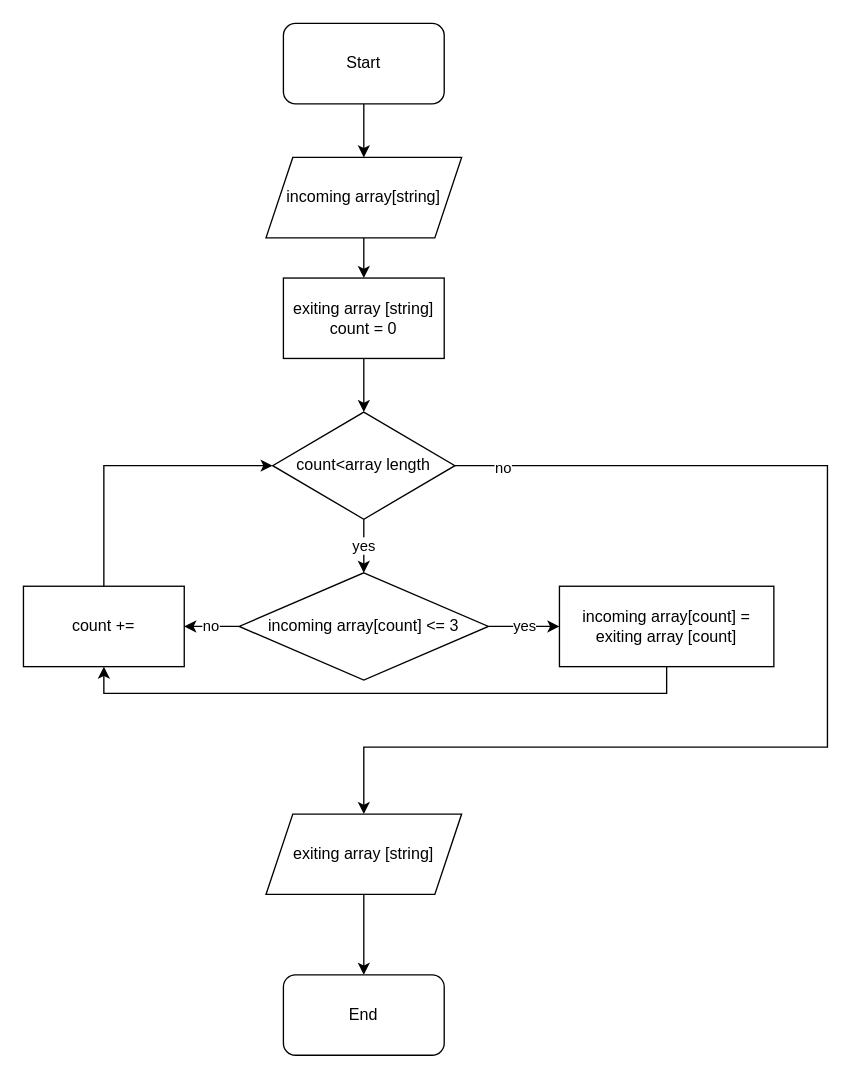
Earlier version of the draw.io diagram Task/Flowchart.drawio (bond-igor/Control-work-the-first-quarter). Source tidied: cells renumbered, new cells numbered last; positions are measured from the earlier drawing's top-left corner, leaving out a move shared by most shapes. Both pictures are drawn from the tidied source at 134%, with x=0, y=0 at pixel (23, 23).
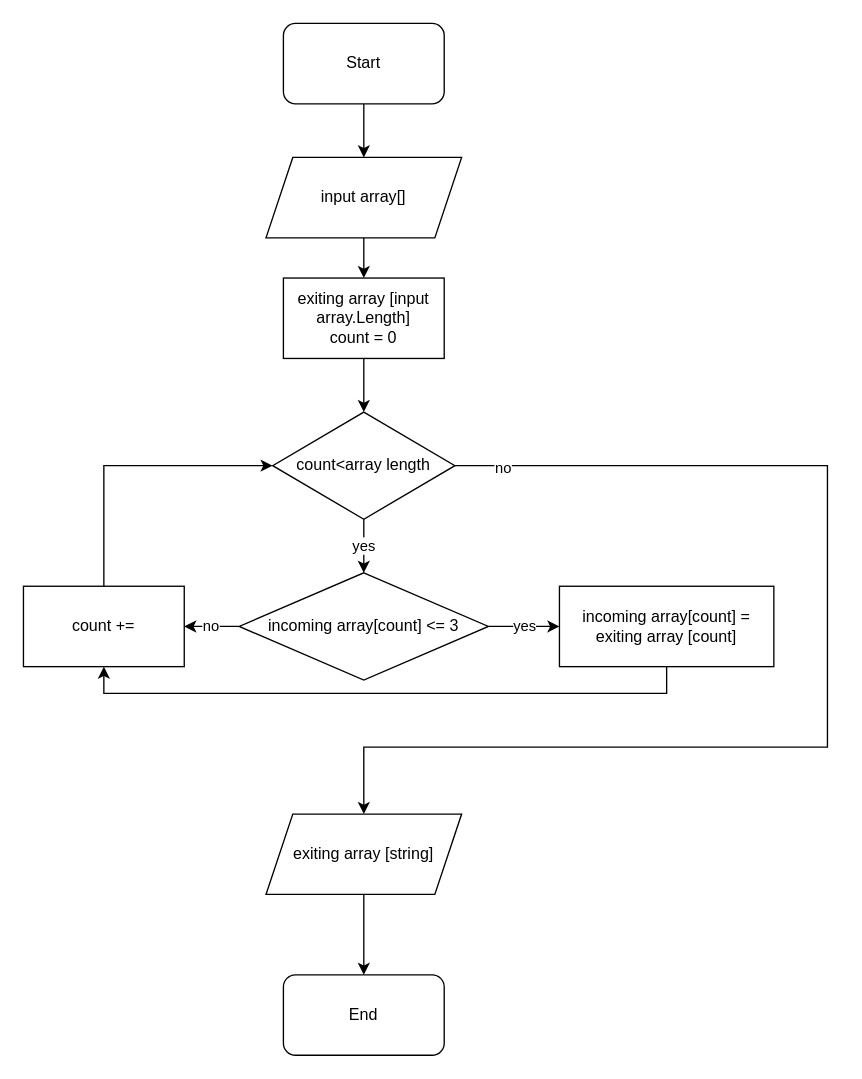
The same page after the edit.

The edit, as a diff of the source:
```diff
@@
-    <mxCell id="5" value="incoming array[string]" style="shape=parallelogram;perimeter=parallelogramPerimeter;whiteSpace=wrap;html=1;fixedSize=1;" parent="1" vertex="1">
+    <mxCell id="5" value="input array[]" style="shape=parallelogram;perimeter=parallelogramPerimeter;whiteSpace=wrap;html=1;fixedSize=1;" parent="1" vertex="1">
       <mxGeometry x="181" y="100" width="146" height="60" as="geometry" />
     </mxCell>
@@
-    <mxCell id="7" value="exiting array [string]&lt;br&gt;count = 0" style="rounded=0;whiteSpace=wrap;html=1;" parent="1" vertex="1">
+    <mxCell id="7" value="exiting array [input array.Length]&lt;br&gt;count = 0" style="rounded=0;whiteSpace=wrap;html=1;" parent="1" vertex="1">
       <mxGeometry x="194" y="190" width="120" height="60" as="geometry" />
     </mxCell>
```
